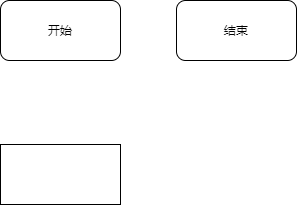
The draw.io diagram seagan-d.drawio.png in lakomi/pictures, before a commit. Source tidied: cells renumbered, new cells last; positions are measured from the earlier drawing's top-left corner, leaving out a move shared by most shapes.
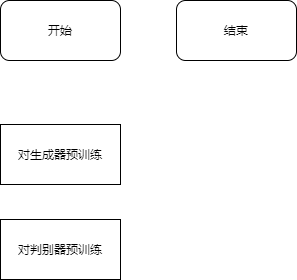
The same diagram one commit later.

What changed in the source:
```diff
@@ -2,8 +2,8 @@
   <root>
     <mxCell id="0" />
     <mxCell id="1" parent="0" />
-    <mxCell id="2" style="rounded=0;whiteSpace=wrap;html=1;" parent="1" vertex="1">
-      <mxGeometry y="144" width="120" height="60" as="geometry" />
+    <mxCell id="2" value="对生成器预训练" style="rounded=0;whiteSpace=wrap;html=1;" parent="1" vertex="1">
+      <mxGeometry y="124" width="120" height="60" as="geometry" />
     </mxCell>
     <mxCell id="3" value="开始" style="rounded=1;whiteSpace=wrap;html=1;" parent="1" vertex="1">
       <mxGeometry width="120" height="60" as="geometry" />
@@ -11,5 +11,8 @@
     <mxCell id="4" value="结束" style="rounded=1;whiteSpace=wrap;html=1;" parent="1" vertex="1">
       <mxGeometry x="176" width="120" height="60" as="geometry" />
     </mxCell>
+    <mxCell id="5" value="对判别器预训练" style="rounded=0;whiteSpace=wrap;html=1;" parent="1" vertex="1">
+      <mxGeometry y="219" width="120" height="60" as="geometry" />
+    </mxCell>
   </root>
 </mxGraphModel>
```
